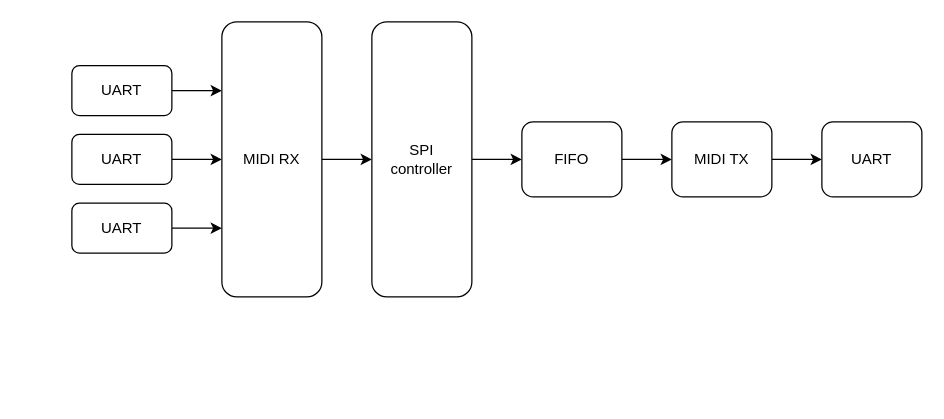
This is page "Page-1" (1 of 2) of 04-design/MIDI Router HDL Design.drawio from kjanderson/MIDI-Router, a draw.io file, before an edit. Source tidied: cells renumbered, new cells numbered last; positions are measured from the earlier drawing's top-left corner, leaving out a move shared by most shapes. Both pictures are drawn from the tidied source at 125%, with x=0, y=0 at pixel (71, 21).
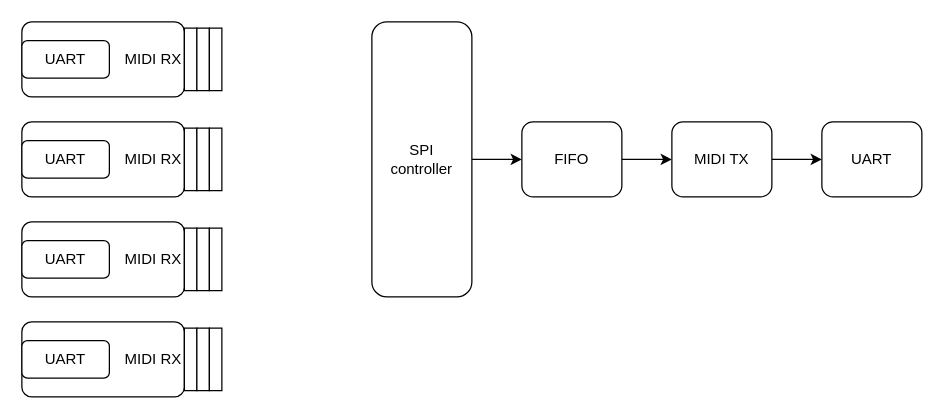
The same diagram, later.

Unchanged cells that the change refers to:
```xml
<mxCell id="11" value="&lt;div&gt;SPI&lt;/div&gt;&lt;div&gt;controller&lt;br&gt;&lt;/div&gt;" style="rounded=1;whiteSpace=wrap;html=1;" parent="1" vertex="1">
  <mxGeometry x="240" width="80" height="220" as="geometry" />
</mxCell>
```

Change to the diagram source:
```diff
@@
-    <mxCell id="2" style="edgeStyle=orthogonalEdgeStyle;rounded=0;jettySize=auto;html=1;exitX=1;exitY=0.5;exitDx=0;exitDy=0;entryX=0;entryY=0.25;entryDx=0;entryDy=0;" parent="1" edge="1" source="3" target="9">
-      <mxGeometry relative="1" as="geometry" />
-    </mxCell>
-    <mxCell id="3" value="UART" style="rounded=1;whiteSpace=wrap;html=1;" parent="1" vertex="1">
-      <mxGeometry y="35" width="80" height="40" as="geometry" />
-    </mxCell>
-    <mxCell id="4" style="edgeStyle=orthogonalEdgeStyle;rounded=0;jettySize=auto;html=1;exitX=1;exitY=0.5;exitDx=0;exitDy=0;entryX=0;entryY=0.5;entryDx=0;entryDy=0;" parent="1" edge="1" source="5" target="9">
-      <mxGeometry relative="1" as="geometry" />
-    </mxCell>
-    <mxCell id="5" value="UART" style="rounded=1;whiteSpace=wrap;html=1;" parent="1" vertex="1">
-      <mxGeometry y="90" width="80" height="40" as="geometry" />
-    </mxCell>
-    <mxCell id="6" style="edgeStyle=orthogonalEdgeStyle;rounded=0;jettySize=auto;html=1;exitX=1;exitY=0.5;exitDx=0;exitDy=0;entryX=0;entryY=0.75;entryDx=0;entryDy=0;" parent="1" edge="1" source="7" target="9">
-      <mxGeometry relative="1" as="geometry" />
-    </mxCell>
-    <mxCell id="7" value="UART" style="rounded=1;whiteSpace=wrap;html=1;" parent="1" vertex="1">
-      <mxGeometry y="145" width="80" height="40" as="geometry" />
-    </mxCell>
-    <mxCell id="8" style="edgeStyle=orthogonalEdgeStyle;rounded=0;jettySize=auto;html=1;exitX=1;exitY=0.5;exitDx=0;exitDy=0;entryX=0;entryY=0.5;entryDx=0;entryDy=0;" parent="1" edge="1" source="9" target="11">
-      <mxGeometry relative="1" as="geometry" />
-    </mxCell>
-    <mxCell id="9" value="&lt;div&gt;MIDI RX&lt;/div&gt;" style="rounded=1;whiteSpace=wrap;html=1;" parent="1" vertex="1">
-      <mxGeometry x="120" width="80" height="220" as="geometry" />
-    </mxCell>
@@
+    <mxCell id="17" style="group;" parent="1" vertex="1">
+      <mxGeometry x="-40" width="130" height="60" as="geometry" />
+    </mxCell>
+    <mxCell id="18" value="MIDI RX" style="rounded=1;whiteSpace=wrap;html=1;arcSize=13;align=right;" parent="17" vertex="1">
+      <mxGeometry width="130" height="60" as="geometry" />
+    </mxCell>
+    <mxCell id="19" value="UART" style="rounded=1;whiteSpace=wrap;html=1;" parent="17" vertex="1">
+      <mxGeometry y="15" width="70" height="30" as="geometry" />
+    </mxCell>
+    <mxCell id="20" style="group;" parent="1" vertex="1">
+      <mxGeometry x="-40" y="80" width="130" height="60" as="geometry" />
+    </mxCell>
+    <mxCell id="21" value="MIDI RX" style="rounded=1;whiteSpace=wrap;html=1;arcSize=13;align=right;" parent="20" vertex="1">
+      <mxGeometry width="130" height="60" as="geometry" />
+    </mxCell>
+    <mxCell id="22" value="UART" style="rounded=1;whiteSpace=wrap;html=1;" parent="20" vertex="1">
+      <mxGeometry y="15" width="70" height="30" as="geometry" />
+    </mxCell>
+    <mxCell id="23" style="group;" parent="1" vertex="1">
+      <mxGeometry x="-40" y="160" width="130" height="60" as="geometry" />
+    </mxCell>
+    <mxCell id="24" value="MIDI RX" style="rounded=1;whiteSpace=wrap;html=1;arcSize=13;align=right;" parent="23" vertex="1">
+      <mxGeometry width="130" height="60" as="geometry" />
+    </mxCell>
+    <mxCell id="25" value="UART" style="rounded=1;whiteSpace=wrap;html=1;" parent="23" vertex="1">
+      <mxGeometry y="15" width="70" height="30" as="geometry" />
+    </mxCell>
+    <mxCell id="26" style="group;" parent="1" vertex="1">
+      <mxGeometry x="-40" y="240" width="130" height="60" as="geometry" />
+    </mxCell>
+    <mxCell id="27" value="MIDI RX" style="rounded=1;whiteSpace=wrap;html=1;arcSize=13;align=right;" parent="26" vertex="1">
+      <mxGeometry width="130" height="60" as="geometry" />
+    </mxCell>
+    <mxCell id="28" value="UART" style="rounded=1;whiteSpace=wrap;html=1;" parent="26" vertex="1">
+      <mxGeometry y="15" width="70" height="30" as="geometry" />
+    </mxCell>
+    <mxCell id="29" style="rounded=0;whiteSpace=wrap;html=1;align=right;" parent="1" vertex="1">
+      <mxGeometry x="90" y="5" width="10" height="50" as="geometry" />
+    </mxCell>
+    <mxCell id="30" style="rounded=0;whiteSpace=wrap;html=1;align=right;" parent="1" vertex="1">
+      <mxGeometry x="100" y="5" width="10" height="50" as="geometry" />
+    </mxCell>
+    <mxCell id="31" style="rounded=0;whiteSpace=wrap;html=1;align=right;" parent="1" vertex="1">
+      <mxGeometry x="110" y="5" width="10" height="50" as="geometry" />
+    </mxCell>
+    <mxCell id="32" style="rounded=0;whiteSpace=wrap;html=1;align=right;" parent="1" vertex="1">
+      <mxGeometry x="90" y="85" width="10" height="50" as="geometry" />
+    </mxCell>
+    <mxCell id="33" style="rounded=0;whiteSpace=wrap;html=1;align=right;" parent="1" vertex="1">
+      <mxGeometry x="100" y="85" width="10" height="50" as="geometry" />
+    </mxCell>
+    <mxCell id="34" style="rounded=0;whiteSpace=wrap;html=1;align=right;" parent="1" vertex="1">
+      <mxGeometry x="110" y="85" width="10" height="50" as="geometry" />
+    </mxCell>
+    <mxCell id="35" style="rounded=0;whiteSpace=wrap;html=1;align=right;" parent="1" vertex="1">
+      <mxGeometry x="90" y="165" width="10" height="50" as="geometry" />
+    </mxCell>
+    <mxCell id="36" style="rounded=0;whiteSpace=wrap;html=1;align=right;" parent="1" vertex="1">
+      <mxGeometry x="100" y="165" width="10" height="50" as="geometry" />
+    </mxCell>
+    <mxCell id="37" style="rounded=0;whiteSpace=wrap;html=1;align=right;" parent="1" vertex="1">
+      <mxGeometry x="110" y="165" width="10" height="50" as="geometry" />
+    </mxCell>
+    <mxCell id="38" style="rounded=0;whiteSpace=wrap;html=1;align=right;" parent="1" vertex="1">
+      <mxGeometry x="90" y="245" width="10" height="50" as="geometry" />
+    </mxCell>
+    <mxCell id="39" style="rounded=0;whiteSpace=wrap;html=1;align=right;" parent="1" vertex="1">
+      <mxGeometry x="100" y="245" width="10" height="50" as="geometry" />
+    </mxCell>
+    <mxCell id="40" style="rounded=0;whiteSpace=wrap;html=1;align=right;" parent="1" vertex="1">
+      <mxGeometry x="110" y="245" width="10" height="50" as="geometry" />
+    </mxCell>
```
